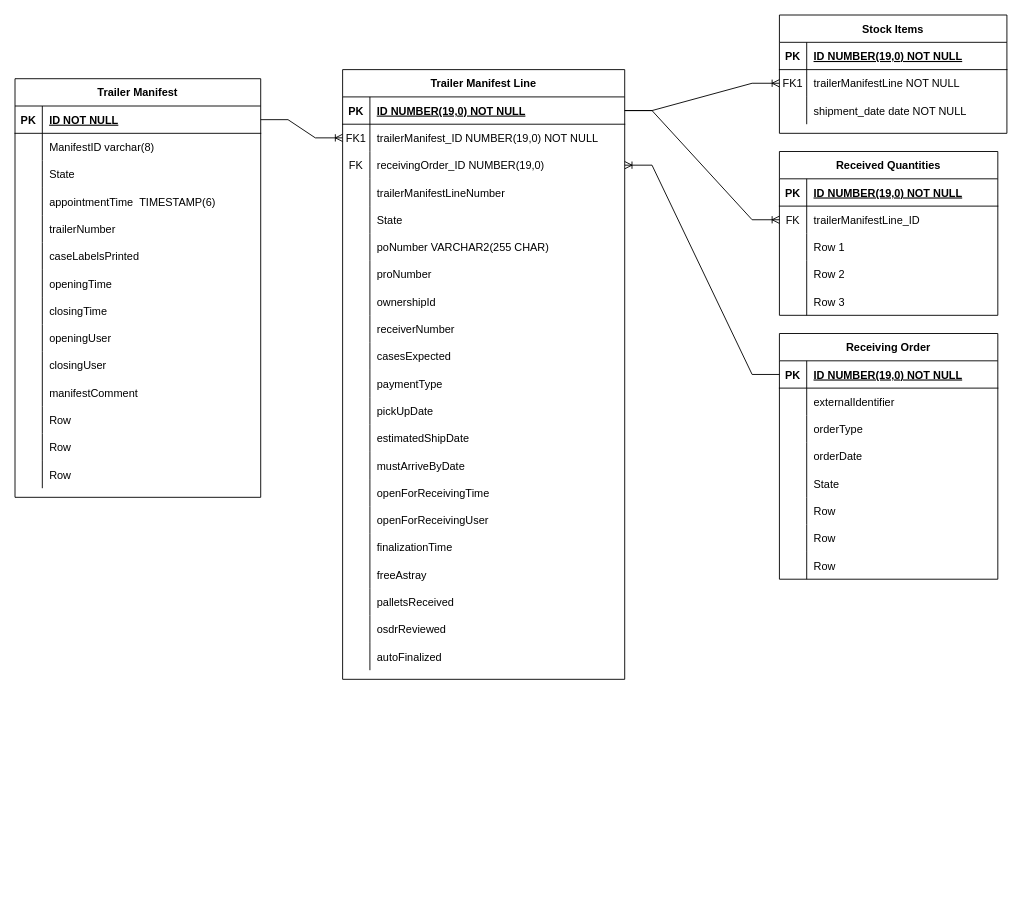
The draw.io diagram receivers.drawio in itzelvigil/RepositorioPrueba, before the edit. Source tidied: cells renumbered, new cells numbered last; positions are measured from the earlier drawing's top-left corner, leaving out a move shared by most shapes. Both pictures are drawn from the tidied source at 91%, with x=0, y=0 at pixel (15, 15).
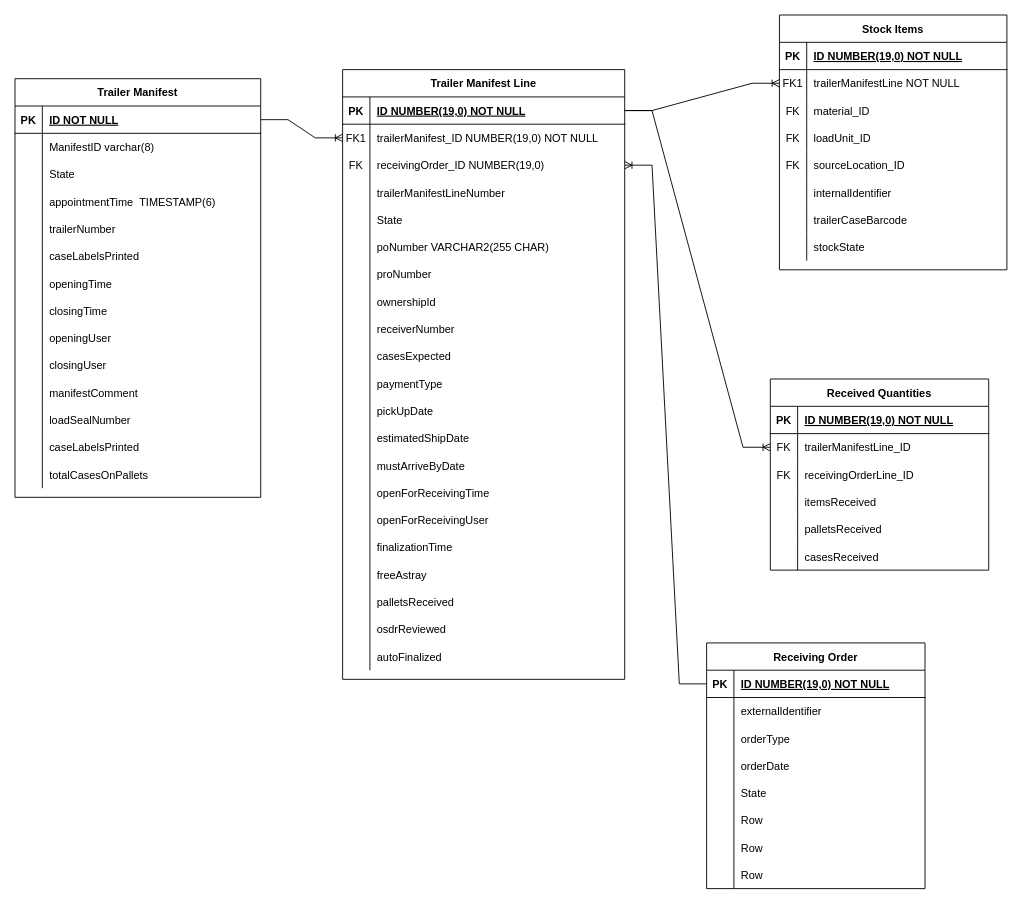
After the change.

The change refers to these unchanged cells:
```xml
<mxCell id="110" style="shape=tableRow;horizontal=0;startSize=0;swimlaneHead=0;swimlaneBody=0;fillColor=none;top=0;left=0;right=0;bottom=0;labelBackgroundColor=none;labelBorderColor=none;" parent="76" vertex="1">
  <mxGeometry y="360" width="270" height="30" as="geometry" />
</mxCell>
<mxCell id="113" style="shape=tableRow;horizontal=0;startSize=0;swimlaneHead=0;swimlaneBody=0;fillColor=none;top=0;left=0;right=0;bottom=0;labelBackgroundColor=none;labelBorderColor=none;" parent="76" vertex="1">
  <mxGeometry y="390" width="270" height="30" as="geometry" />
</mxCell>
<mxCell id="116" style="shape=tableRow;horizontal=0;startSize=0;swimlaneHead=0;swimlaneBody=0;fillColor=none;top=0;left=0;right=0;bottom=0;labelBackgroundColor=none;labelBorderColor=none;" parent="76" vertex="1">
  <mxGeometry y="420" width="270" height="30" as="geometry" />
</mxCell>
```

Diff of the diagram source:
```diff
@@
     <mxCell id="66" value="Stock Items" style="shape=table;startSize=30;childLayout=tableLayout;rowLines=0;fontStyle=1;align=center;" parent="1" vertex="1">
-      <mxGeometry x="840" width="250" height="130" as="geometry" />
+      <mxGeometry x="840" width="250" height="280" as="geometry" />
     </mxCell>
@@
+    <mxCell id="164" style="shape=tableRow;horizontal=0;startSize=0;swimlaneHead=0;swimlaneBody=0;fillColor=none;top=0;left=0;right=0;bottom=0;labelBackgroundColor=none;labelBorderColor=none;" parent="66" vertex="1">
+      <mxGeometry y="90" width="250" height="30" as="geometry" />
+    </mxCell>
+    <mxCell id="165" value="FK" style="shape=partialRectangle;fillColor=none;top=0;left=0;bottom=0;right=0;fontStyle=0;overflow=hidden;labelBackgroundColor=none;labelBorderColor=none;" parent="164" vertex="1">
+      <mxGeometry width="30" height="30" as="geometry" />
+    </mxCell>
+    <mxCell id="166" value="material_ID" style="shape=partialRectangle;fillColor=none;top=0;left=0;bottom=0;right=0;align=left;spacingLeft=6;fontStyle=0;overflow=hidden;labelBackgroundColor=none;labelBorderColor=none;" parent="164" vertex="1">
+      <mxGeometry x="30" width="220" height="30" as="geometry" />
+    </mxCell>
+    <mxCell id="167" style="shape=tableRow;horizontal=0;startSize=0;swimlaneHead=0;swimlaneBody=0;fillColor=none;top=0;left=0;right=0;bottom=0;labelBackgroundColor=none;labelBorderColor=none;" parent="66" vertex="1">
+      <mxGeometry y="120" width="250" height="30" as="geometry" />
+    </mxCell>
+    <mxCell id="168" value="FK" style="shape=partialRectangle;fillColor=none;top=0;left=0;bottom=0;right=0;fontStyle=0;overflow=hidden;labelBackgroundColor=none;labelBorderColor=none;" parent="167" vertex="1">
+      <mxGeometry width="30" height="30" as="geometry" />
+    </mxCell>
+    <mxCell id="169" value="loadUnit_ID" style="shape=partialRectangle;fillColor=none;top=0;left=0;bottom=0;right=0;align=left;spacingLeft=6;fontStyle=0;overflow=hidden;labelBackgroundColor=none;labelBorderColor=none;" parent="167" vertex="1">
+      <mxGeometry x="30" width="220" height="30" as="geometry" />
+    </mxCell>
+    <mxCell id="170" style="shape=tableRow;horizontal=0;startSize=0;swimlaneHead=0;swimlaneBody=0;fillColor=none;top=0;left=0;right=0;bottom=0;labelBackgroundColor=none;labelBorderColor=none;" parent="66" vertex="1">
+      <mxGeometry y="150" width="250" height="30" as="geometry" />
+    </mxCell>
+    <mxCell id="171" value="FK" style="shape=partialRectangle;fillColor=none;top=0;left=0;bottom=0;right=0;fontStyle=0;overflow=hidden;labelBackgroundColor=none;labelBorderColor=none;" parent="170" vertex="1">
+      <mxGeometry width="30" height="30" as="geometry" />
+    </mxCell>
+    <mxCell id="172" value="sourceLocation_ID" style="shape=partialRectangle;fillColor=none;top=0;left=0;bottom=0;right=0;align=left;spacingLeft=6;fontStyle=0;overflow=hidden;labelBackgroundColor=none;labelBorderColor=none;" parent="170" vertex="1">
+      <mxGeometry x="30" width="220" height="30" as="geometry" />
+    </mxCell>
+    <mxCell id="173" style="shape=tableRow;horizontal=0;startSize=0;swimlaneHead=0;swimlaneBody=0;fillColor=none;top=0;left=0;right=0;bottom=0;labelBackgroundColor=none;labelBorderColor=none;" parent="66" vertex="1">
+      <mxGeometry y="180" width="250" height="30" as="geometry" />
+    </mxCell>
+    <mxCell id="174" style="shape=partialRectangle;fillColor=none;top=0;left=0;bottom=0;right=0;overflow=hidden;labelBackgroundColor=none;labelBorderColor=none;" parent="173" vertex="1">
+      <mxGeometry width="30" height="30" as="geometry" />
+    </mxCell>
+    <mxCell id="175" value="internalIdentifier" style="shape=partialRectangle;fillColor=none;top=0;left=0;bottom=0;right=0;align=left;spacingLeft=6;overflow=hidden;labelBackgroundColor=none;labelBorderColor=none;" parent="173" vertex="1">
+      <mxGeometry x="30" width="220" height="30" as="geometry" />
+    </mxCell>
     <mxCell id="73" style="shape=partialRectangle;fillColor=none;top=0;left=0;right=0;bottom=0;" parent="66" vertex="1">
-      <mxGeometry y="90" width="250" height="30" as="geometry" />
+      <mxGeometry y="210" width="250" height="30" as="geometry" />
     </mxCell>
@@
-    <mxCell id="75" value="shipment_date date NOT NULL" style="shape=partialRectangle;overflow=hidden;fillColor=none;top=0;left=0;bottom=0;right=0;align=left;spacingLeft=6;" parent="73" vertex="1">
+    <mxCell id="75" value="trailerCaseBarcode" style="shape=partialRectangle;overflow=hidden;fillColor=none;top=0;left=0;bottom=0;right=0;align=left;spacingLeft=6;" parent="73" vertex="1">
       <mxGeometry x="30" width="220" height="30" as="geometry" />
     </mxCell>
+    <mxCell id="176" style="shape=tableRow;horizontal=0;startSize=0;swimlaneHead=0;swimlaneBody=0;fillColor=none;top=0;left=0;right=0;bottom=0;labelBackgroundColor=none;labelBorderColor=none;" parent="66" vertex="1">
+      <mxGeometry y="240" width="250" height="30" as="geometry" />
+    </mxCell>
+    <mxCell id="177" style="shape=partialRectangle;fillColor=none;top=0;left=0;bottom=0;right=0;overflow=hidden;labelBackgroundColor=none;labelBorderColor=none;" parent="176" vertex="1">
+      <mxGeometry width="30" height="30" as="geometry" />
+    </mxCell>
+    <mxCell id="178" value="stockState" style="shape=partialRectangle;fillColor=none;top=0;left=0;bottom=0;right=0;align=left;spacingLeft=6;overflow=hidden;labelBackgroundColor=none;labelBorderColor=none;" parent="176" vertex="1">
+      <mxGeometry x="30" width="220" height="30" as="geometry" />
+    </mxCell>
@@
-    <mxCell id="112" value="Row" style="shape=partialRectangle;fillColor=none;top=0;left=0;bottom=0;right=0;align=left;spacingLeft=6;overflow=hidden;labelBackgroundColor=none;labelBorderColor=none;" parent="110" vertex="1">
+    <mxCell id="112" value="loadSealNumber" style="shape=partialRectangle;fillColor=none;top=0;left=0;bottom=0;right=0;align=left;spacingLeft=6;overflow=hidden;labelBackgroundColor=none;labelBorderColor=none;" parent="110" vertex="1">
       <mxGeometry x="30" width="240" height="30" as="geometry" />
     </mxCell>
@@
-    <mxCell id="115" value="Row" style="shape=partialRectangle;fillColor=none;top=0;left=0;bottom=0;right=0;align=left;spacingLeft=6;overflow=hidden;labelBackgroundColor=none;labelBorderColor=none;" parent="113" vertex="1">
+    <mxCell id="115" value="caseLabelsPrinted" style="shape=partialRectangle;fillColor=none;top=0;left=0;bottom=0;right=0;align=left;spacingLeft=6;overflow=hidden;labelBackgroundColor=none;labelBorderColor=none;" parent="113" vertex="1">
       <mxGeometry x="30" width="240" height="30" as="geometry" />
     </mxCell>
@@
-    <mxCell id="118" value="Row" style="shape=partialRectangle;fillColor=none;top=0;left=0;bottom=0;right=0;align=left;spacingLeft=6;overflow=hidden;labelBackgroundColor=none;labelBorderColor=none;" parent="116" vertex="1">
+    <mxCell id="118" value="totalCasesOnPallets" style="shape=partialRectangle;fillColor=none;top=0;left=0;bottom=0;right=0;align=left;spacingLeft=6;overflow=hidden;labelBackgroundColor=none;labelBorderColor=none;" parent="116" vertex="1">
       <mxGeometry x="30" width="240" height="30" as="geometry" />
     </mxCell>
@@
     <mxCell id="120" value="Received Quantities" style="shape=table;startSize=30;childLayout=tableLayout;rowLines=0;fontStyle=1;align=center;labelBackgroundColor=none;labelBorderColor=none;" parent="1" vertex="1">
-      <mxGeometry x="840" y="150" width="240" height="180" as="geometry" />
+      <mxGeometry x="830" y="400" width="240" height="210" as="geometry" />
     </mxCell>
@@
+    <mxCell id="179" style="shape=tableRow;horizontal=0;startSize=0;swimlaneHead=0;swimlaneBody=0;fillColor=none;top=0;left=0;right=0;bottom=0;labelBackgroundColor=none;labelBorderColor=none;" parent="120" vertex="1">
+      <mxGeometry y="90" width="240" height="30" as="geometry" />
+    </mxCell>
+    <mxCell id="180" value="FK" style="shape=partialRectangle;fillColor=none;top=0;left=0;bottom=0;right=0;fontStyle=0;overflow=hidden;labelBackgroundColor=none;labelBorderColor=none;" parent="179" vertex="1">
+      <mxGeometry width="30" height="30" as="geometry" />
+    </mxCell>
+    <mxCell id="181" value="receivingOrderLine_ID" style="shape=partialRectangle;fillColor=none;top=0;left=0;bottom=0;right=0;align=left;spacingLeft=6;fontStyle=0;overflow=hidden;labelBackgroundColor=none;labelBorderColor=none;" parent="179" vertex="1">
+      <mxGeometry x="30" width="210" height="30" as="geometry" />
+    </mxCell>
     <mxCell id="127" style="shape=tableRow;horizontal=0;startSize=0;swimlaneHead=0;swimlaneBody=0;fillColor=none;top=0;left=0;right=0;bottom=0;labelBackgroundColor=none;labelBorderColor=none;" parent="120" vertex="1">
-      <mxGeometry y="90" width="240" height="30" as="geometry" />
+      <mxGeometry y="120" width="240" height="30" as="geometry" />
     </mxCell>
@@
-    <mxCell id="129" value="Row 1" style="shape=partialRectangle;fillColor=none;top=0;left=0;bottom=0;right=0;align=left;spacingLeft=6;overflow=hidden;labelBackgroundColor=none;labelBorderColor=none;" parent="127" vertex="1">
+    <mxCell id="129" value="itemsReceived" style="shape=partialRectangle;fillColor=none;top=0;left=0;bottom=0;right=0;align=left;spacingLeft=6;overflow=hidden;labelBackgroundColor=none;labelBorderColor=none;" parent="127" vertex="1">
       <mxGeometry x="30" width="210" height="30" as="geometry" />
     </mxCell>
     <mxCell id="130" style="shape=tableRow;horizontal=0;startSize=0;swimlaneHead=0;swimlaneBody=0;fillColor=none;top=0;left=0;right=0;bottom=0;labelBackgroundColor=none;labelBorderColor=none;" parent="120" vertex="1">
-      <mxGeometry y="120" width="240" height="30" as="geometry" />
+      <mxGeometry y="150" width="240" height="30" as="geometry" />
     </mxCell>
@@
-    <mxCell id="132" value="Row 2" style="shape=partialRectangle;fillColor=none;top=0;left=0;bottom=0;right=0;align=left;spacingLeft=6;overflow=hidden;labelBackgroundColor=none;labelBorderColor=none;" parent="130" vertex="1">
+    <mxCell id="132" value="palletsReceived" style="shape=partialRectangle;fillColor=none;top=0;left=0;bottom=0;right=0;align=left;spacingLeft=6;overflow=hidden;labelBackgroundColor=none;labelBorderColor=none;" parent="130" vertex="1">
       <mxGeometry x="30" width="210" height="30" as="geometry" />
     </mxCell>
     <mxCell id="133" style="shape=tableRow;horizontal=0;startSize=0;swimlaneHead=0;swimlaneBody=0;fillColor=none;top=0;left=0;right=0;bottom=0;labelBackgroundColor=none;labelBorderColor=none;" parent="120" vertex="1">
-      <mxGeometry y="150" width="240" height="30" as="geometry" />
+      <mxGeometry y="180" width="240" height="30" as="geometry" />
     </mxCell>
@@
-    <mxCell id="135" value="Row 3" style="shape=partialRectangle;fillColor=none;top=0;left=0;bottom=0;right=0;align=left;spacingLeft=6;overflow=hidden;labelBackgroundColor=none;labelBorderColor=none;" parent="133" vertex="1">
+    <mxCell id="135" value="casesReceived" style="shape=partialRectangle;fillColor=none;top=0;left=0;bottom=0;right=0;align=left;spacingLeft=6;overflow=hidden;labelBackgroundColor=none;labelBorderColor=none;" parent="133" vertex="1">
       <mxGeometry x="30" width="210" height="30" as="geometry" />
     </mxCell>
@@
     <mxCell id="138" value="Receiving Order" style="shape=table;startSize=30;childLayout=tableLayout;rowLines=0;fontStyle=1;align=center;labelBackgroundColor=none;labelBorderColor=none;" parent="1" vertex="1">
-      <mxGeometry x="840" y="350" width="240" height="270" as="geometry" />
+      <mxGeometry x="760" y="690" width="240" height="270" as="geometry" />
     </mxCell>
```
